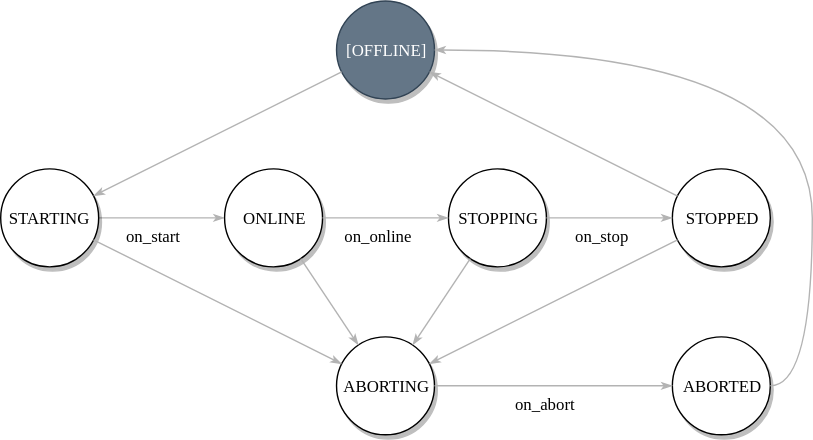
The draw.io diagram abstract-control-flow.svg in robpkelly/qscout-control-design-docs, before a commit. Source tidied: cells renumbered, new cells last; positions are measured from the earlier drawing's top-left corner, leaving out a move shared by most shapes.
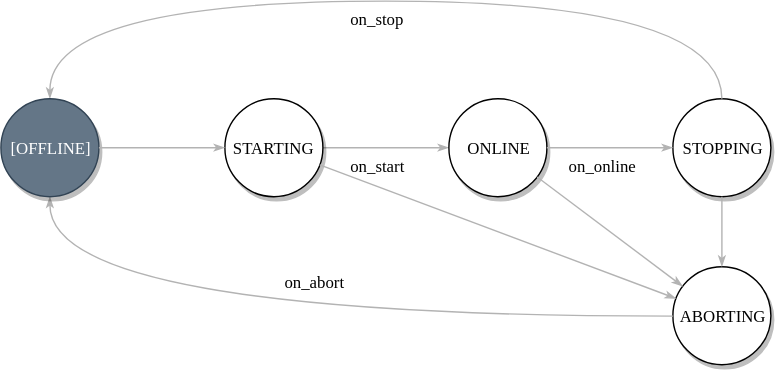
After the change.

Commit message:
Removed redundant states from diagram

Change to the diagram source:
```diff
@@ -15,51 +15,40 @@
       <mxGeometry x="320" y="120" width="70" height="70" as="geometry" />
     </mxCell>
     <mxCell id="6" value="ABORTING&lt;br&gt;" style="ellipse;whiteSpace=wrap;html=1;rounded=0;shadow=1;comic=0;labelBackgroundColor=none;strokeColor=#000000;strokeWidth=1;fillColor=#FFFFFF;fontFamily=Verdana;fontSize=12;fontColor=#000000;align=center;" parent="1" vertex="1">
-      <mxGeometry x="240" y="240" width="70" height="70" as="geometry" />
+      <mxGeometry x="320" y="240" width="70" height="70" as="geometry" />
     </mxCell>
-    <mxCell id="7" value="STOPPED&lt;br&gt;" style="ellipse;whiteSpace=wrap;html=1;rounded=0;shadow=1;comic=0;labelBackgroundColor=none;strokeColor=#000000;strokeWidth=1;fillColor=#FFFFFF;fontFamily=Verdana;fontSize=12;fontColor=#000000;align=center;" parent="1" vertex="1">
-      <mxGeometry x="480" y="120" width="70" height="70" as="geometry" />
+    <mxCell id="7" value="on_stop&lt;br&gt;" style="edgeStyle=orthogonalEdgeStyle;rounded=1;html=1;labelBackgroundColor=none;startArrow=none;startFill=0;startSize=5;endArrow=classicThin;endFill=1;endSize=5;jettySize=auto;strokeColor=#B3B3B3;strokeWidth=1;fontFamily=Verdana;fontSize=12;fontColor=#000000;labelPosition=center;verticalLabelPosition=bottom;align=center;verticalAlign=top;curved=1;" parent="1" edge="1" source="5" target="9">
+      <mxGeometry relative="1" as="geometry">
+        <Array as="points">
+          <mxPoint x="355" y="50" />
+          <mxPoint x="-125" y="50" />
+        </Array>
+      </mxGeometry>
     </mxCell>
-    <mxCell id="8" value="ABORTED&lt;br&gt;" style="ellipse;whiteSpace=wrap;html=1;rounded=0;shadow=1;comic=0;labelBackgroundColor=none;strokeColor=#000000;strokeWidth=1;fillColor=#FFFFFF;fontFamily=Verdana;fontSize=12;fontColor=#000000;align=center;" parent="1" vertex="1">
-      <mxGeometry x="480" y="240" width="70" height="70" as="geometry" />
+    <mxCell id="8" value="on_abort&lt;br&gt;" style="rounded=1;html=1;labelBackgroundColor=none;startArrow=none;startFill=0;startSize=5;endArrow=classicThin;endFill=1;endSize=5;jettySize=auto;strokeColor=#B3B3B3;strokeWidth=1;fontFamily=Verdana;fontSize=12;fontColor=#000000;labelPosition=center;verticalLabelPosition=top;align=center;verticalAlign=bottom;edgeStyle=orthogonalEdgeStyle;curved=1;" parent="1" edge="1" source="6" target="9">
+      <mxGeometry x="-0.06" y="-15" relative="1" as="geometry">
+        <Array as="points">
+          <mxPoint x="-125" y="275" />
+        </Array>
+      </mxGeometry>
     </mxCell>
-    <mxCell id="9" value="on_stop&lt;br&gt;" style="edgeStyle=none;rounded=1;html=1;labelBackgroundColor=none;startArrow=none;startFill=0;startSize=5;endArrow=classicThin;endFill=1;endSize=5;jettySize=auto;strokeColor=#B3B3B3;strokeWidth=1;fontFamily=Verdana;fontSize=12;fontColor=#000000;labelPosition=center;verticalLabelPosition=bottom;align=center;verticalAlign=top;" parent="1" edge="1" source="5" target="7">
-      <mxGeometry relative="1" as="geometry" />
+    <mxCell id="9" value="[OFFLINE]&lt;br&gt;" style="ellipse;whiteSpace=wrap;html=1;rounded=0;shadow=1;comic=0;labelBackgroundColor=none;strokeColor=#314354;strokeWidth=1;fillColor=#647687;fontFamily=Verdana;fontSize=12;fontColor=#ffffff;align=center;" parent="1" vertex="1">
+      <mxGeometry x="-160" y="120" width="70" height="70" as="geometry" />
     </mxCell>
-    <mxCell id="10" value="on_abort&lt;br&gt;" style="edgeStyle=none;rounded=1;html=1;labelBackgroundColor=none;startArrow=none;startFill=0;startSize=5;endArrow=classicThin;endFill=1;endSize=5;jettySize=auto;strokeColor=#B3B3B3;strokeWidth=1;fontFamily=Verdana;fontSize=12;fontColor=#000000;labelPosition=center;verticalLabelPosition=bottom;align=center;verticalAlign=top;" parent="1" edge="1" source="6" target="8">
+    <mxCell id="10" style="rounded=1;html=1;labelBackgroundColor=none;startArrow=none;startFill=0;startSize=5;endArrow=classicThin;endFill=1;endSize=5;jettySize=auto;strokeColor=#B3B3B3;strokeWidth=1;fontFamily=Verdana;fontSize=12;fontColor=#000000;" parent="1" edge="1" source="3" target="6">
       <mxGeometry relative="1" as="geometry" />
     </mxCell>
-    <mxCell id="11" value="[OFFLINE]&lt;br&gt;" style="ellipse;whiteSpace=wrap;html=1;rounded=0;shadow=1;comic=0;labelBackgroundColor=none;strokeColor=#314354;strokeWidth=1;fillColor=#647687;fontFamily=Verdana;fontSize=12;fontColor=#ffffff;align=center;" parent="1" vertex="1">
-      <mxGeometry x="240" width="70" height="70" as="geometry" />
+    <mxCell id="11" style="edgeStyle=none;rounded=1;html=1;labelBackgroundColor=none;startArrow=none;startFill=0;startSize=5;endArrow=classicThin;endFill=1;endSize=5;jettySize=auto;strokeColor=#B3B3B3;strokeWidth=1;fontFamily=Verdana;fontSize=12;fontColor=#000000;" parent="1" edge="1" source="4" target="6">
+      <mxGeometry relative="1" as="geometry" />
     </mxCell>
-    <mxCell id="12" style="edgeStyle=none;rounded=1;html=1;labelBackgroundColor=none;startArrow=none;startFill=0;startSize=5;endArrow=classicThin;endFill=1;endSize=5;jettySize=auto;strokeColor=#B3B3B3;strokeWidth=1;fontFamily=Verdana;fontSize=12;fontColor=#000000;" parent="1" edge="1" source="3" target="6">
+    <mxCell id="12" style="edgeStyle=none;rounded=1;html=1;labelBackgroundColor=none;startArrow=none;startFill=0;startSize=5;endArrow=classicThin;endFill=1;endSize=5;jettySize=auto;strokeColor=#B3B3B3;strokeWidth=1;fontFamily=Verdana;fontSize=12;fontColor=#000000;" parent="1" edge="1" source="5" target="6">
       <mxGeometry relative="1" as="geometry" />
     </mxCell>
-    <mxCell id="13" style="edgeStyle=none;rounded=1;html=1;labelBackgroundColor=none;startArrow=none;startFill=0;startSize=5;endArrow=classicThin;endFill=1;endSize=5;jettySize=auto;strokeColor=#B3B3B3;strokeWidth=1;fontFamily=Verdana;fontSize=12;fontColor=#000000;" parent="1" edge="1" source="4" target="6">
+    <mxCell id="13" value="on_online&lt;br&gt;" style="edgeStyle=none;rounded=1;html=1;labelBackgroundColor=none;startArrow=none;startFill=0;startSize=5;endArrow=classicThin;endFill=1;endSize=5;jettySize=auto;strokeColor=#B3B3B3;strokeWidth=1;fontFamily=Verdana;fontSize=12;fontColor=#000000;labelPosition=center;verticalLabelPosition=bottom;align=center;verticalAlign=top;" parent="1" edge="1" source="4" target="5">
       <mxGeometry relative="1" as="geometry" />
     </mxCell>
-    <mxCell id="14" style="edgeStyle=none;rounded=1;html=1;labelBackgroundColor=none;startArrow=none;startFill=0;startSize=5;endArrow=classicThin;endFill=1;endSize=5;jettySize=auto;strokeColor=#B3B3B3;strokeWidth=1;fontFamily=Verdana;fontSize=12;fontColor=#000000;" parent="1" edge="1" source="5" target="6">
+    <mxCell id="14" style="rounded=1;html=1;labelBackgroundColor=none;startArrow=none;startFill=0;startSize=5;endArrow=classicThin;endFill=1;endSize=5;jettySize=auto;strokeColor=#B3B3B3;strokeWidth=1;fontFamily=Verdana;fontSize=12;fontColor=#000000;labelPosition=center;verticalLabelPosition=bottom;align=center;verticalAlign=top;" parent="1" edge="1" source="9" target="3">
       <mxGeometry relative="1" as="geometry" />
     </mxCell>
-    <mxCell id="15" style="edgeStyle=none;rounded=1;html=1;labelBackgroundColor=none;startArrow=none;startFill=0;startSize=5;endArrow=classicThin;endFill=1;endSize=5;jettySize=auto;strokeColor=#B3B3B3;strokeWidth=1;fontFamily=Verdana;fontSize=12;fontColor=#000000;" parent="1" edge="1" source="7" target="6">
-      <mxGeometry relative="1" as="geometry" />
-    </mxCell>
-    <mxCell id="16" value="on_online&lt;br&gt;" style="edgeStyle=none;rounded=1;html=1;labelBackgroundColor=none;startArrow=none;startFill=0;startSize=5;endArrow=classicThin;endFill=1;endSize=5;jettySize=auto;strokeColor=#B3B3B3;strokeWidth=1;fontFamily=Verdana;fontSize=12;fontColor=#000000;labelPosition=center;verticalLabelPosition=bottom;align=center;verticalAlign=top;" parent="1" edge="1" source="4" target="5">
-      <mxGeometry relative="1" as="geometry" />
-    </mxCell>
-    <mxCell id="17" style="edgeStyle=none;rounded=1;html=1;labelBackgroundColor=none;startArrow=none;startFill=0;startSize=5;endArrow=classicThin;endFill=1;endSize=5;jettySize=auto;strokeColor=#B3B3B3;strokeWidth=1;fontFamily=Verdana;fontSize=12;fontColor=#000000;labelPosition=right;verticalLabelPosition=top;align=left;verticalAlign=bottom;" parent="1" edge="1" source="7" target="11">
-      <mxGeometry relative="1" as="geometry" />
-    </mxCell>
-    <mxCell id="18" style="edgeStyle=none;rounded=1;html=1;labelBackgroundColor=none;startArrow=none;startFill=0;startSize=5;endArrow=classicThin;endFill=1;endSize=5;jettySize=auto;strokeColor=#B3B3B3;strokeWidth=1;fontFamily=Verdana;fontSize=12;fontColor=#000000;labelPosition=center;verticalLabelPosition=bottom;align=center;verticalAlign=top;" parent="1" edge="1" source="11" target="3">
-      <mxGeometry relative="1" as="geometry" />
-    </mxCell>
-    <mxCell id="19" style="edgeStyle=orthogonalEdgeStyle;rounded=1;html=1;labelBackgroundColor=none;startArrow=none;startFill=0;startSize=5;endArrow=classicThin;endFill=1;endSize=5;jettySize=auto;strokeColor=#B3B3B3;strokeWidth=1;fontFamily=Verdana;fontSize=12;fontColor=#000000;labelPosition=right;verticalLabelPosition=middle;align=left;verticalAlign=middle;curved=1;" parent="1" edge="1" source="8" target="11">
-      <mxGeometry x="-0.2" y="20" relative="1" as="geometry">
-        <Array as="points">
-          <mxPoint x="580" y="275" />
-          <mxPoint x="580" y="35" />
-        </Array>
-      </mxGeometry>
-    </mxCell>
   </root>
 </mxGraphModel>
```
